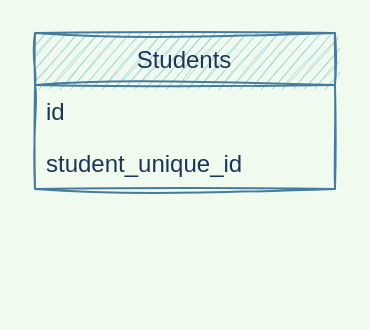
The draw.io diagram Untitled Diagram.drawio in OussamaElJabbari/ojpro, before the edit. Source tidied: cells renumbered, new cells numbered last; positions are measured from the earlier drawing's top-left corner, leaving out a move shared by most shapes. Both pictures are drawn from the tidied source at 200%, with x=0, y=0 at pixel (34, 32).
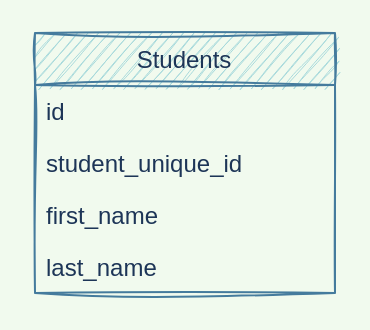
Above is the later version.

Diff of the diagram source:
```diff
@@
 <mxGraphModel background="#F1FAEE">
   <root>
     <mxCell id="0" />
     <mxCell id="1" parent="0" />
     <mxCell id="2" value="Students" style="swimlane;fontStyle=0;horizontal=1;startSize=26;fillColor=#A8DADC;strokeColor=#457B9D;fontColor=#1D3557;sketch=1;" parent="1" vertex="1">
-      <mxGeometry width="150" height="78" as="geometry" />
+      <mxGeometry width="150" height="130" as="geometry" />
     </mxCell>
     <mxCell id="3" value="id" style="text;strokeColor=none;fillColor=none;align=left;verticalAlign=top;spacingLeft=4;spacingRight=4;overflow=hidden;fontColor=#1D3557;sketch=1;" parent="2" vertex="1">
       <mxGeometry y="26" width="150" height="26" as="geometry" />
     </mxCell>
     <mxCell id="4" value="student_unique_id&#10;" style="text;strokeColor=none;fillColor=none;align=left;verticalAlign=top;spacingLeft=4;spacingRight=4;overflow=hidden;fontColor=#1D3557;sketch=1;" parent="2" vertex="1">
       <mxGeometry y="52" width="150" height="26" as="geometry" />
     </mxCell>
+    <mxCell id="5" value="first_name" style="text;strokeColor=none;fillColor=none;align=left;verticalAlign=top;spacingLeft=4;spacingRight=4;overflow=hidden;fontColor=#1D3557;sketch=1;" parent="2" vertex="1">
+      <mxGeometry y="78" width="150" height="26" as="geometry" />
+    </mxCell>
+    <mxCell id="6" value="last_name" style="text;strokeColor=none;fillColor=none;align=left;verticalAlign=top;spacingLeft=4;spacingRight=4;overflow=hidden;fontColor=#1D3557;sketch=1;" parent="2" vertex="1">
+      <mxGeometry y="104" width="150" height="26" as="geometry" />
+    </mxCell>
   </root>
 </mxGraphModel>
```
